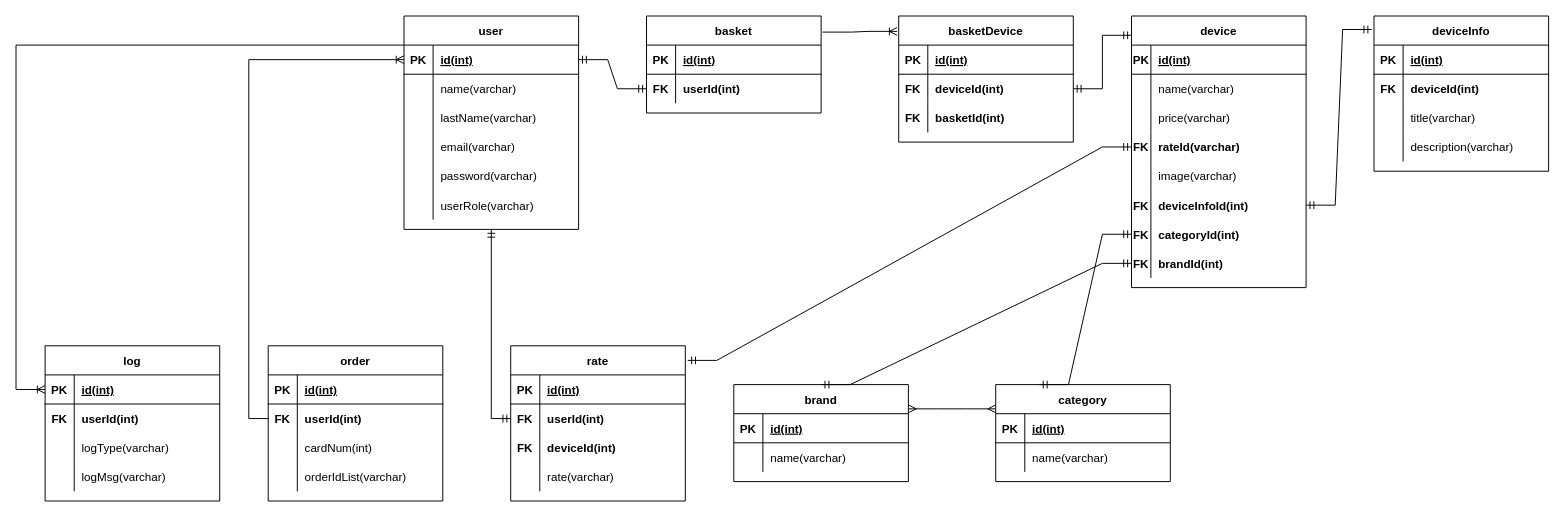
Before: Lab1/Lab1.drawio in Freasylol/MDiSUBD, a draw.io diagram. Source tidied: cells renumbered, new cells numbered last; positions are measured from the earlier drawing's top-left corner, leaving out a move shared by most shapes. Both pictures are drawn from the tidied source at 97%, with x=0, y=0 at pixel (16, 16).
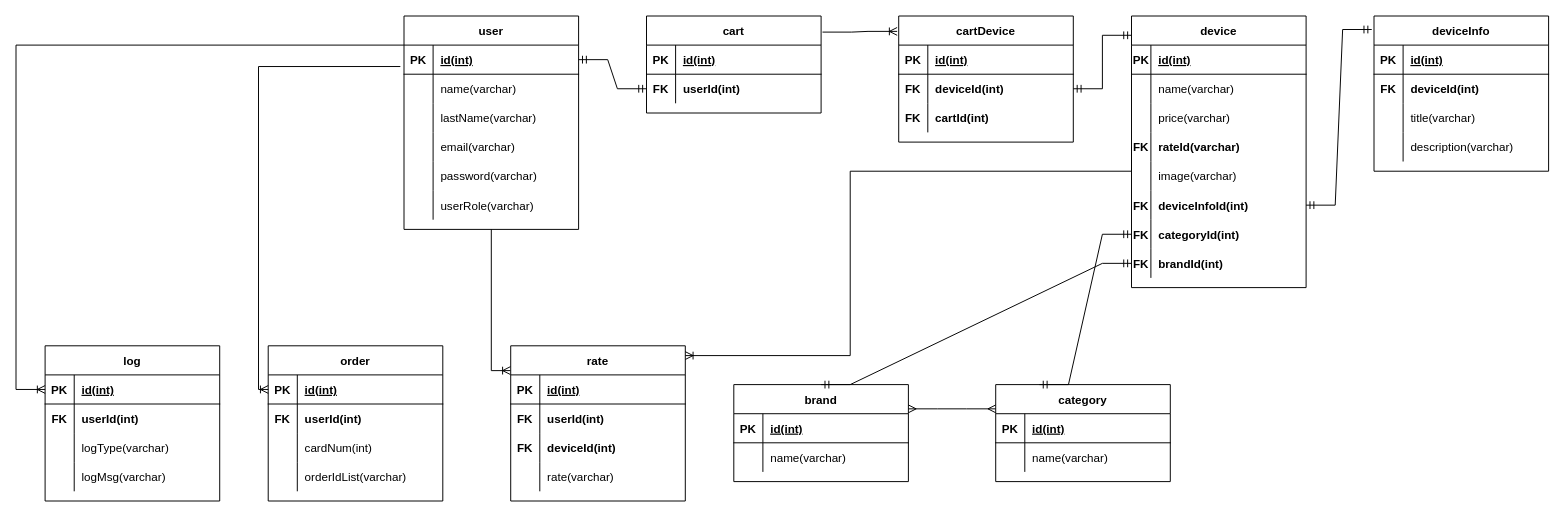
The same page after the edit.

The change refers to these unchanged cells:
```xml
<mxCell id="2" value="user" style="shape=table;startSize=30;childLayout=tableLayout;rowLines=0;fontStyle=1;align=center;" parent="1" vertex="1">
  <mxGeometry x="400" width="180" height="220" as="geometry" />
</mxCell>
<mxCell id="3" style="shape=tableRow;horizontal=0;startSize=0;swimlaneHead=0;swimlaneBody=0;fillColor=none;points=[[0,0.5],[1,0.5]];portConstraint=eastwest;top=0;left=0;right=0;bottom=1;" parent="2" vertex="1">
  <mxGeometry y="30" width="180" height="30" as="geometry" />
</mxCell>
<mxCell id="35" style="shape=tableRow;horizontal=0;startSize=0;swimlaneHead=0;swimlaneBody=0;fillColor=none;top=0;left=0;right=0;bottom=0;" parent="28" vertex="1">
  <mxGeometry y="90" width="180" height="30" as="geometry" />
</mxCell>
<mxCell id="50" style="shape=tableRow;horizontal=0;startSize=0;swimlaneHead=0;swimlaneBody=0;fillColor=none;points=[[0,0.5],[1,0.5]];portConstraint=eastwest;top=0;left=0;right=0;bottom=0;" parent="40" vertex="1">
  <mxGeometry y="120" width="180" height="30" as="geometry" />
</mxCell>
<mxCell id="80" value="rate" style="shape=table;startSize=30;childLayout=tableLayout;rowLines=0;fontStyle=1;align=center;" parent="1" vertex="1">
  <mxGeometry x="510" y="340" width="180" height="160" as="geometry" />
</mxCell>
<mxCell id="81" style="shape=tableRow;horizontal=0;startSize=0;swimlaneHead=0;swimlaneBody=0;fillColor=none;points=[[0,0.5],[1,0.5]];portConstraint=eastwest;top=0;left=0;right=0;bottom=1;" parent="80" vertex="1">
  <mxGeometry y="30" width="180" height="30" as="geometry" />
</mxCell>
<mxCell id="84" style="shape=tableRow;horizontal=0;startSize=0;swimlaneHead=0;swimlaneBody=0;fillColor=none;points=[[0,0.5],[1,0.5]];portConstraint=eastwest;top=0;left=0;right=0;bottom=0;" parent="80" vertex="1">
  <mxGeometry y="60" width="180" height="30" as="geometry" />
</mxCell>
<mxCell id="113" style="shape=tableRow;horizontal=0;startSize=0;swimlaneHead=0;swimlaneBody=0;fillColor=none;points=[[0,0.5],[1,0.5]];portConstraint=eastwest;top=0;left=0;right=0;bottom=1;" parent="112" vertex="1">
  <mxGeometry y="30" width="180" height="30" as="geometry" />
</mxCell>
<mxCell id="116" style="shape=tableRow;horizontal=0;startSize=0;swimlaneHead=0;swimlaneBody=0;fillColor=none;points=[[0,0.5],[1,0.5]];portConstraint=eastwest;top=0;left=0;right=0;bottom=0;" parent="112" vertex="1">
  <mxGeometry y="60" width="180" height="30" as="geometry" />
</mxCell>
```

What changed in the source:
```diff
@@
-    <mxCell id="21" value="basket" style="shape=table;startSize=30;childLayout=tableLayout;rowLines=0;fontStyle=1;align=center;" parent="1" vertex="1">
+    <mxCell id="21" value="cart" style="shape=table;startSize=30;childLayout=tableLayout;rowLines=0;fontStyle=1;align=center;" parent="1" vertex="1">
       <mxGeometry x="650" width="180" height="100" as="geometry" />
     </mxCell>
@@
-    <mxCell id="28" value="basketDevice" style="shape=table;startSize=30;childLayout=tableLayout;rowLines=0;fontStyle=1;align=center;" parent="1" vertex="1">
+    <mxCell id="28" value="cartDevice" style="shape=table;startSize=30;childLayout=tableLayout;rowLines=0;fontStyle=1;align=center;" parent="1" vertex="1">
       <mxGeometry x="910" width="180" height="130" as="geometry" />
     </mxCell>
@@
-    <mxCell id="37" value="basketId(int)" style="shape=partialRectangle;fillColor=none;top=0;left=0;bottom=0;right=0;align=left;spacingLeft=6;overflow=hidden;fontStyle=1;" parent="35" vertex="1">
+    <mxCell id="37" value="cartId(int)" style="shape=partialRectangle;fillColor=none;top=0;left=0;bottom=0;right=0;align=left;spacingLeft=6;overflow=hidden;fontStyle=1;" parent="35" vertex="1">
       <mxGeometry x="30" width="150" height="30" as="geometry" />
     </mxCell>
@@
-    <mxCell id="93" style="edgeStyle=orthogonalEdgeStyle;fontSize=12;html=1;endArrow=ERmandOne;startArrow=ERmandOne;rounded=0;entryX=0.5;entryY=1;entryDx=0;entryDy=0;exitX=0;exitY=0.5;exitDx=0;exitDy=0;" parent="1" edge="1" source="84" target="2">
-      <mxGeometry relative="1" as="geometry">
-        <Array as="points">
-          <mxPoint x="490" y="415" />
-        </Array>
-      </mxGeometry>
-    </mxCell>
-    <mxCell id="94" style="edgeStyle=entityRelationEdgeStyle;fontSize=12;html=1;endArrow=ERmandOne;startArrow=ERmandOne;rounded=0;exitX=1.014;exitY=0.094;exitDx=0;exitDy=0;exitPerimeter=0;entryX=0;entryY=0.5;entryDx=0;entryDy=0;" parent="1" edge="1" source="80" target="50">
-      <mxGeometry relative="1" as="geometry" />
-    </mxCell>
@@
-    <mxCell id="138" style="edgeStyle=orthogonalEdgeStyle;fontSize=12;html=1;endArrow=ERoneToMany;rounded=0;verticalAlign=middle;align=center;exitX=0;exitY=0.5;exitDx=0;exitDy=0;entryX=0;entryY=0.5;entryDx=0;entryDy=0;" parent="1" edge="1" source="116" target="3">
-      <mxGeometry relative="1" as="geometry">
-        <Array as="points">
-          <mxPoint x="240" y="415" />
-          <mxPoint x="240" y="45" />
-        </Array>
-      </mxGeometry>
+    <mxCell id="138" style="edgeStyle=orthogonalEdgeStyle;fontSize=12;html=1;endArrow=ERoneToMany;rounded=0;verticalAlign=middle;align=center;exitX=-0.021;exitY=0.736;exitDx=0;exitDy=0;exitPerimeter=0;entryX=0;entryY=0.5;entryDx=0;entryDy=0;" parent="1" edge="1" source="3" target="113">
+      <mxGeometry relative="1" as="geometry" />
     </mxCell>
@@
+    <mxCell id="140" style="edgeStyle=orthogonalEdgeStyle;fontSize=12;html=1;endArrow=ERoneToMany;rounded=0;exitX=0;exitY=0.5;exitDx=0;exitDy=0;entryX=1;entryY=0.063;entryDx=0;entryDy=0;entryPerimeter=0;" parent="1" edge="1" source="50" target="80">
+      <mxGeometry relative="1" as="geometry">
+        <Array as="points">
+          <mxPoint x="1150" y="160" />
+          <mxPoint x="860" y="160" />
+          <mxPoint x="860" y="350" />
+        </Array>
+      </mxGeometry>
+    </mxCell>
+    <mxCell id="141" style="edgeStyle=orthogonalEdgeStyle;fontSize=12;html=1;endArrow=ERoneToMany;rounded=0;exitX=0.5;exitY=1;exitDx=0;exitDy=0;entryX=-0.002;entryY=-0.148;entryDx=0;entryDy=0;entryPerimeter=0;" parent="1" edge="1" source="2" target="81">
+      <mxGeometry relative="1" as="geometry" />
+    </mxCell>
```
